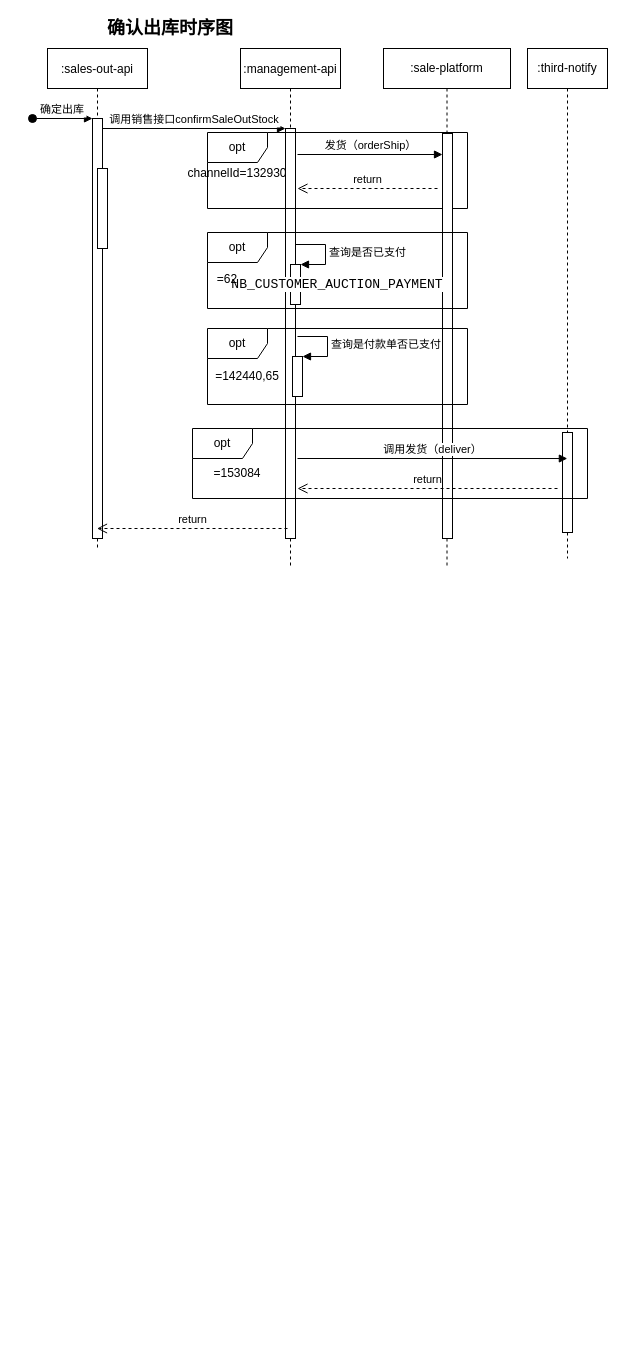
maodunUi/myDraw keeps this draw.io diagram as 销售流程图.drawio. Above is the earlier version. Source tidied: cells renumbered, new cells numbered last; positions are measured from the earlier drawing's top-left corner, leaving out a move shared by most shapes. Both pictures are drawn from the tidied source at 100%, with x=0, y=0 at pixel (32, 18).
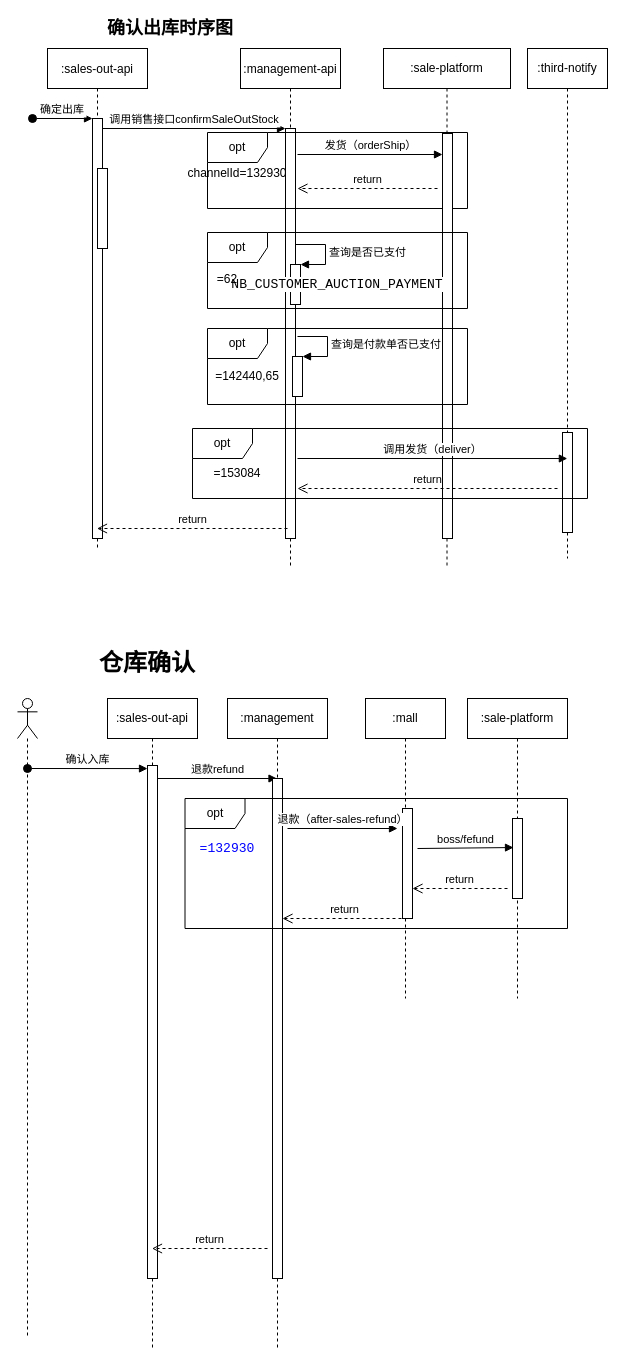
After the change.

Commit message (it also covers changes not shown here):
更新销售流程图.drawio

The edit, as a diff of the source:
```diff
@@
+    <mxCell id="32" style="shape=umlLifeline;participant=umlActor;perimeter=lifelinePerimeter;whiteSpace=wrap;html=1;verticalAlign=top;spacingTop=36;" parent="1" vertex="1">
+      <mxGeometry x="-15" y="680" width="20" height="640" as="geometry" />
+    </mxCell>
+    <mxCell id="33" value="确认入库" style="html=1;verticalAlign=bottom;startArrow=oval;startFill=1;endArrow=block;startSize=8;rounded=0;entryX=0;entryY=0.006;entryDx=0;entryDy=0;entryPerimeter=0;" parent="32" edge="1" target="35">
+      <mxGeometry relative="1" as="geometry">
+        <mxPoint x="10" y="70" as="sourcePoint" />
+      </mxGeometry>
+    </mxCell>
+    <mxCell id="34" value=":sales-out-api" style="shape=umlLifeline;perimeter=lifelinePerimeter;whiteSpace=wrap;html=1;outlineConnect=0;" parent="1" vertex="1">
+      <mxGeometry x="75" y="680" width="90" height="650" as="geometry" />
+    </mxCell>
+    <mxCell id="35" style="html=1;points=[];perimeter=orthogonalPerimeter;" parent="34" vertex="1">
+      <mxGeometry x="40" y="67" width="10" height="513" as="geometry" />
+    </mxCell>
+    <mxCell id="36" value="退款refund" style="html=1;verticalAlign=bottom;endArrow=block;rounded=0;" parent="34" edge="1" target="38">
+      <mxGeometry relative="1" as="geometry">
+        <mxPoint x="50" y="80" as="sourcePoint" />
+      </mxGeometry>
+    </mxCell>
+    <mxCell id="37" value="return" style="html=1;verticalAlign=bottom;endArrow=open;dashed=1;endSize=8;rounded=0;" parent="34" edge="1" target="34">
+      <mxGeometry relative="1" as="geometry">
+        <mxPoint x="160" y="550" as="sourcePoint" />
+      </mxGeometry>
+    </mxCell>
+    <mxCell id="38" value=":management" style="shape=umlLifeline;perimeter=lifelinePerimeter;whiteSpace=wrap;html=1;outlineConnect=0;" parent="1" vertex="1">
+      <mxGeometry x="195" y="680" width="100" height="650" as="geometry" />
+    </mxCell>
+    <mxCell id="39" style="html=1;points=[];perimeter=orthogonalPerimeter;" parent="38" vertex="1">
+      <mxGeometry x="45" y="80" width="10" height="500" as="geometry" />
+    </mxCell>
+    <mxCell id="40" value=":mall" style="shape=umlLifeline;perimeter=lifelinePerimeter;whiteSpace=wrap;html=1;" parent="1" vertex="1">
+      <mxGeometry x="333" y="680" width="80" height="300" as="geometry" />
+    </mxCell>
+    <mxCell id="41" value="opt" style="shape=umlFrame;whiteSpace=wrap;html=1;" parent="1" vertex="1">
+      <mxGeometry x="152.5" y="780" width="382.5" height="130" as="geometry" />
+    </mxCell>
+    <mxCell id="42" value="&lt;pre style=&quot;background-color:#ffffff;color:#000000;font-family:'JetBrains Mono',monospace;font-size:9.8pt;&quot;&gt;&lt;span style=&quot;color:#0000ff;&quot;&gt;=132930&lt;/span&gt;&lt;/pre&gt;" style="text;html=1;strokeColor=none;fillColor=none;align=center;verticalAlign=middle;whiteSpace=wrap;rounded=0;" parent="1" vertex="1">
+      <mxGeometry x="165" y="815" width="60" height="30" as="geometry" />
+    </mxCell>
+    <mxCell id="43" style="html=1;points=[];perimeter=orthogonalPerimeter;" parent="1" vertex="1">
+      <mxGeometry x="370" y="790" width="10" height="110" as="geometry" />
+    </mxCell>
+    <mxCell id="44" value="退款（after-sales-refund）" style="html=1;verticalAlign=bottom;endArrow=block;rounded=0;" parent="1" edge="1">
+      <mxGeometry relative="1" as="geometry">
+        <mxPoint x="255" y="810" as="sourcePoint" />
+        <mxPoint x="365" y="810" as="targetPoint" />
+      </mxGeometry>
+    </mxCell>
+    <mxCell id="45" value=":sale-platform" style="shape=umlLifeline;perimeter=lifelinePerimeter;whiteSpace=wrap;html=1;" parent="1" vertex="1">
+      <mxGeometry x="435" y="680" width="100" height="300" as="geometry" />
+    </mxCell>
+    <mxCell id="46" style="html=1;points=[];perimeter=orthogonalPerimeter;" parent="45" vertex="1">
+      <mxGeometry x="45" y="120" width="10" height="80" as="geometry" />
+    </mxCell>
+    <mxCell id="47" value="boss/fefund" style="html=1;verticalAlign=bottom;endArrow=block;rounded=0;entryX=0.1;entryY=0.363;entryDx=0;entryDy=0;entryPerimeter=0;" parent="1" edge="1" target="46">
+      <mxGeometry relative="1" as="geometry">
+        <mxPoint x="385" y="830" as="sourcePoint" />
+      </mxGeometry>
+    </mxCell>
+    <mxCell id="48" value="return" style="html=1;verticalAlign=bottom;endArrow=open;dashed=1;endSize=8;rounded=0;" parent="1" edge="1" target="43">
+      <mxGeometry relative="1" as="geometry">
+        <mxPoint x="475" y="870" as="sourcePoint" />
+      </mxGeometry>
+    </mxCell>
+    <mxCell id="49" value="return" style="html=1;verticalAlign=bottom;endArrow=open;dashed=1;endSize=8;rounded=0;" parent="1" edge="1" target="39">
+      <mxGeometry relative="1" as="geometry">
+        <mxPoint x="375" y="900" as="sourcePoint" />
+      </mxGeometry>
+    </mxCell>
+    <mxCell id="50" value="&lt;font style=&quot;font-size: 24px;&quot;&gt;&lt;b&gt;仓库确认&lt;/b&gt;&lt;/font&gt;" style="text;html=1;strokeColor=none;fillColor=none;align=center;verticalAlign=middle;whiteSpace=wrap;rounded=0;" parent="1" vertex="1">
+      <mxGeometry x="55" y="630" width="120" height="30" as="geometry" />
+    </mxCell>
```
